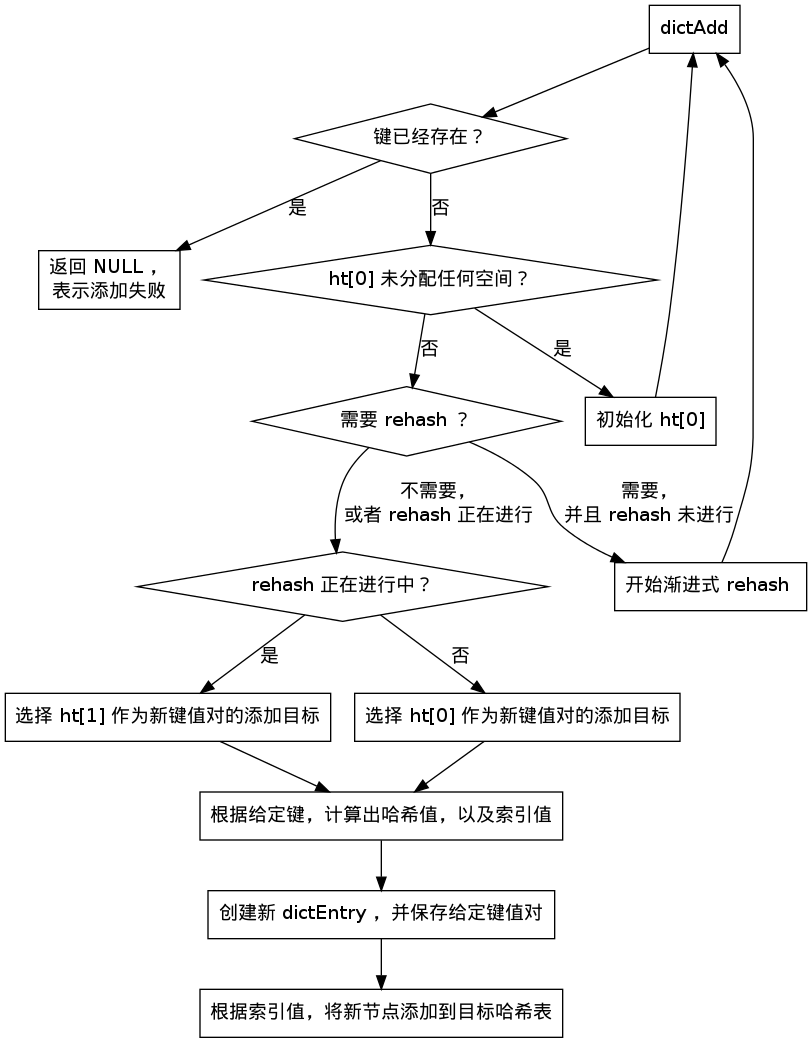
The Graphviz diagram internal-datastruct/image/dictAdd.png in huangzworks/redisbook, before a commit. Its source is kept beside it as internal-datastruct/image/dictAdd.dot. Source of this version:
```dot
digraph dictAdd {

    node[shape=box];

    start [label="dictAdd"];

    key_exists_or_not [label="键已经存在？", shape=diamond];

    start -> key_exists_or_not;

    return_null_if_key_exists [label="返回 NULL ，\n表示添加失败"];

    key_exists_or_not -> return_null_if_key_exists [label="是"];

    dict_empty_or_not [label="ht[0] 未分配任何空间？", shape=diamond];

    key_exists_or_not -> dict_empty_or_not [label="否"];

    init_hash_table_one [label="初始化 ht[0]"];

    dict_empty_or_not -> init_hash_table_one [label="是"];

    init_hash_table_one -> start;

    need_rehash_or_not [label="需要 rehash ？", shape=diamond];

    dict_empty_or_not -> need_rehash_or_not [label="否"];

    begin_incremental_rehash [label="开始渐进式 rehash "];

    need_rehash_or_not -> begin_incremental_rehash [label="需要，\n并且 rehash 未进行"];

    begin_incremental_rehash -> start;

    rehashing_or_not [label="rehash 正在进行中？", shape=diamond];

    need_rehash_or_not -> rehashing_or_not [label="不需要，\n或者 rehash 正在进行"];

    is_rehashing [label="选择 ht[1] 作为新键值对的添加目标"];

    not_rehashing [label="选择 ht[0] 作为新键值对的添加目标"];

    rehashing_or_not -> is_rehashing [label="是"];

    rehashing_or_not -> not_rehashing [label="否"];

    calc_hash_code_and_index_by_key [label="根据给定键，计算出哈希值，以及索引值"];

    is_rehashing -> calc_hash_code_and_index_by_key;
    not_rehashing -> calc_hash_code_and_index_by_key;

    create_entry_and_assoc_key_and_value [label="创建新 dictEntry ，并保存给定键值对"];

    calc_hash_code_and_index_by_key -> create_entry_and_assoc_key_and_value;

    add_entry_to_hashtable [label="根据索引值，将新节点添加到目标哈希表"];

    create_entry_and_assoc_key_and_value -> add_entry_to_hashtable;

}
```
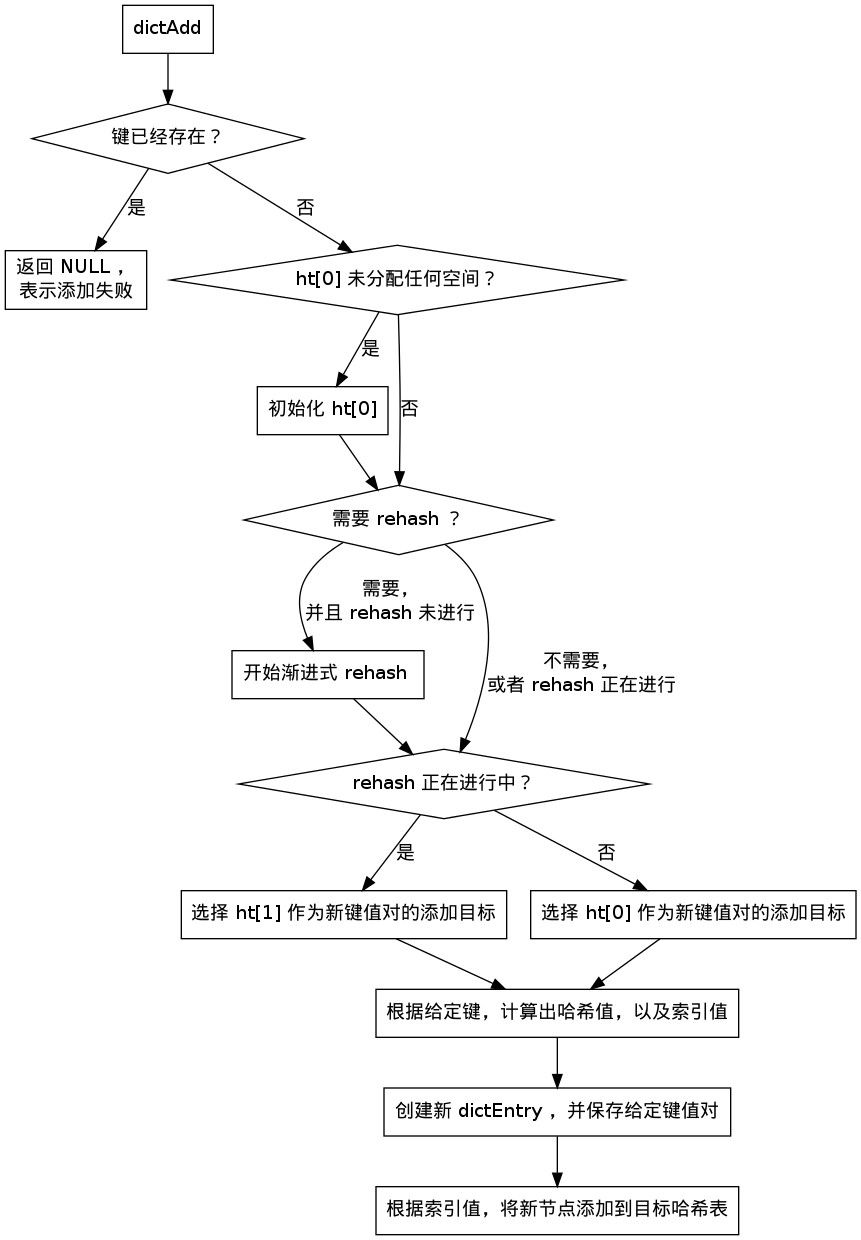
Above is the later version.

Change to the diagram source:
```diff
@@ -20,7 +20,7 @@
 
     dict_empty_or_not -> init_hash_table_one [label="是"];
 
-    init_hash_table_one -> start;
+    init_hash_table_one -> need_rehash_or_not;
 
     need_rehash_or_not [label="需要 rehash ？", shape=diamond];
 
@@ -30,7 +30,7 @@
 
     need_rehash_or_not -> begin_incremental_rehash [label="需要，\n并且 rehash 未进行"];
 
-    begin_incremental_rehash -> start;
+    begin_incremental_rehash -> rehashing_or_not;
 
     rehashing_or_not [label="rehash 正在进行中？", shape=diamond];
 
```
